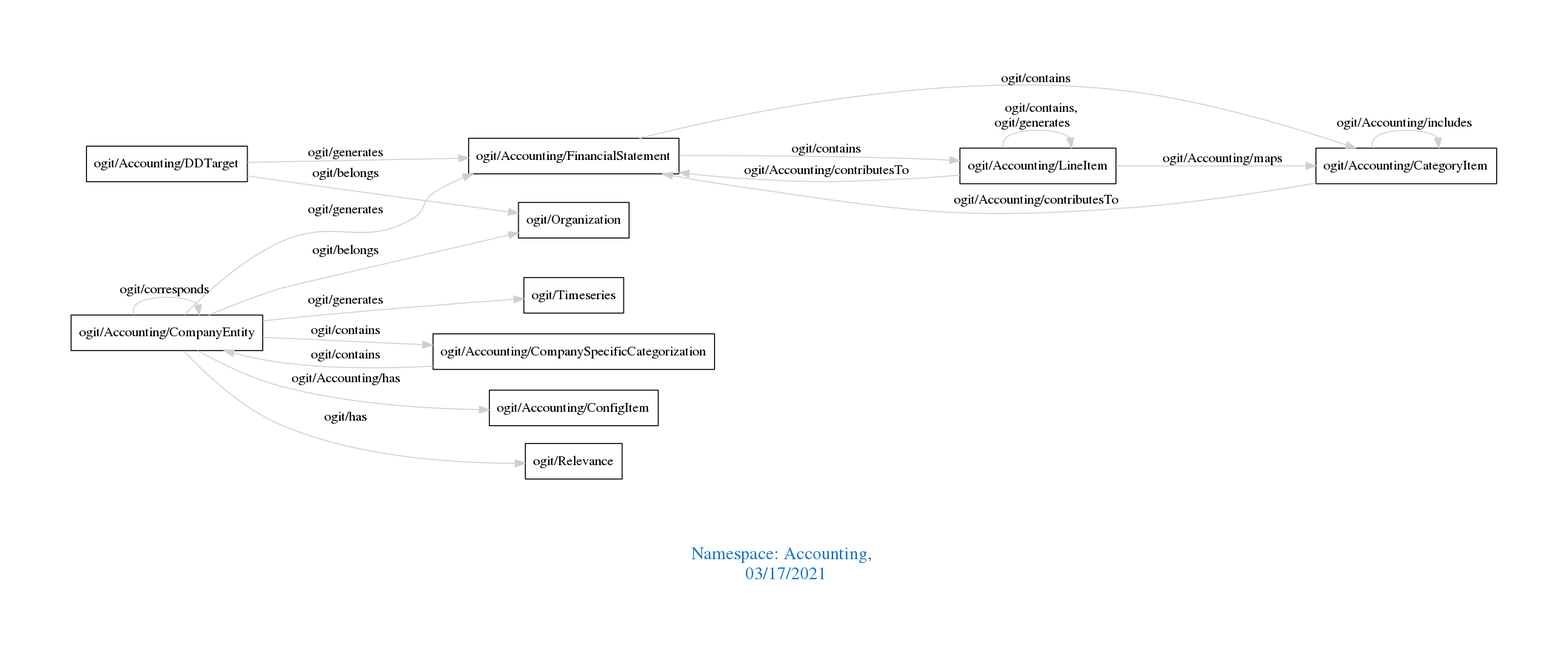
Earlier version of the Graphviz export downloads/Accounting.png (arago/OGIT). Its source is kept beside it as downloads/Accounting.dot.
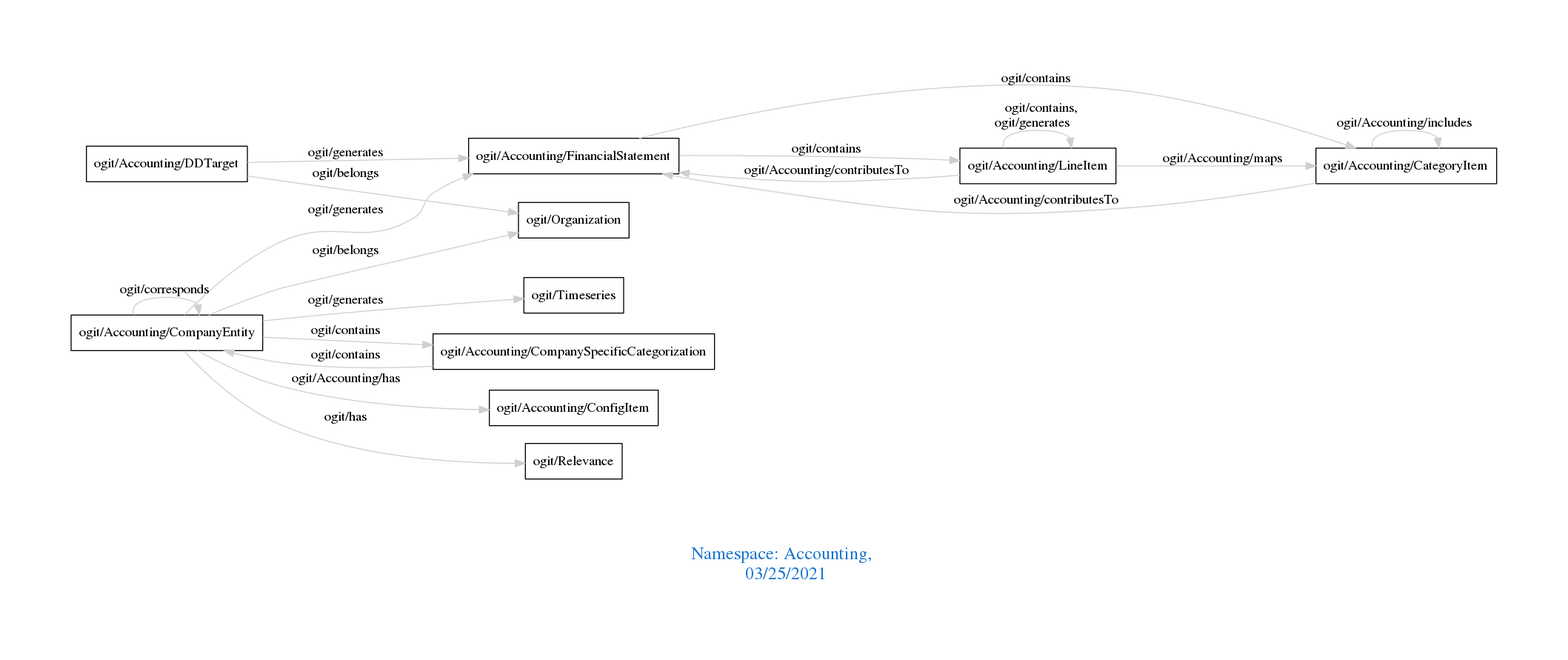
The same diagram one commit later.

What changed in the source:
```diff
@@ -1,7 +1,7 @@
 digraph OGIT_ontology {
  graph [ rankdir= LR,pad=1
 fontsize = 18,
-fontcolor= dodgerblue3,label = "\n\n\nNamespace: Accounting, \n 03/17/2021"];
+fontcolor= dodgerblue3,label = "\n\n\nNamespace: Accounting, \n 03/25/2021"];
 node[shape=polygon];
 edge [  color="gray81"];
 
```
